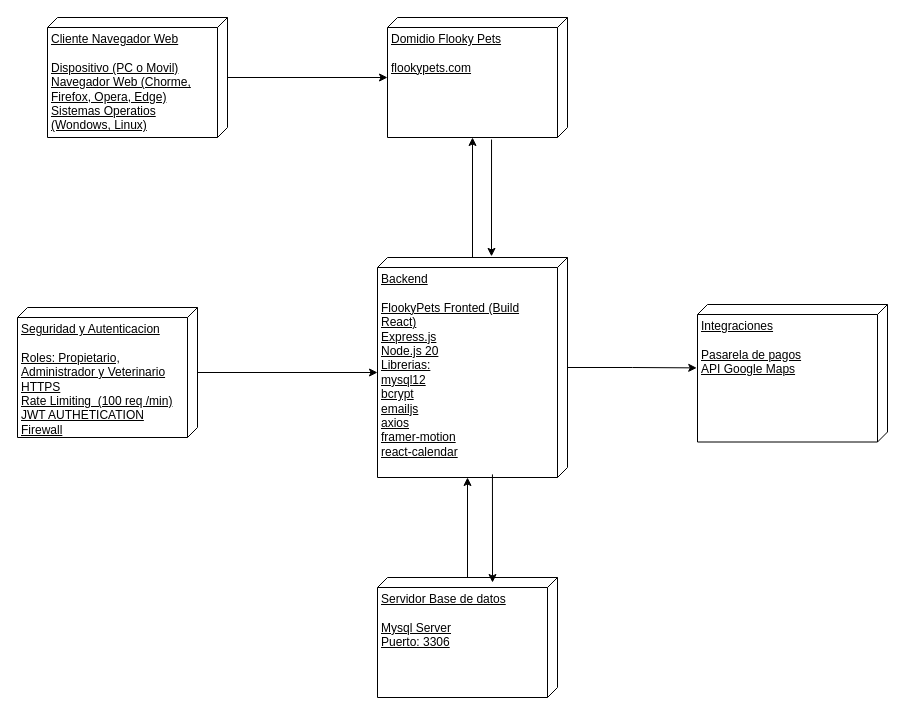
Earlier version of the draw.io diagram Diagrama despliegue.drawio (JuanDavid4562/Diagramas-Proyecto). Source tidied: cells renumbered, new cells numbered last; positions are measured from the earlier drawing's top-left corner, leaving out a move shared by most shapes. Both pictures are drawn from the tidied source at 100%, with x=0, y=0 at pixel (17, 17).
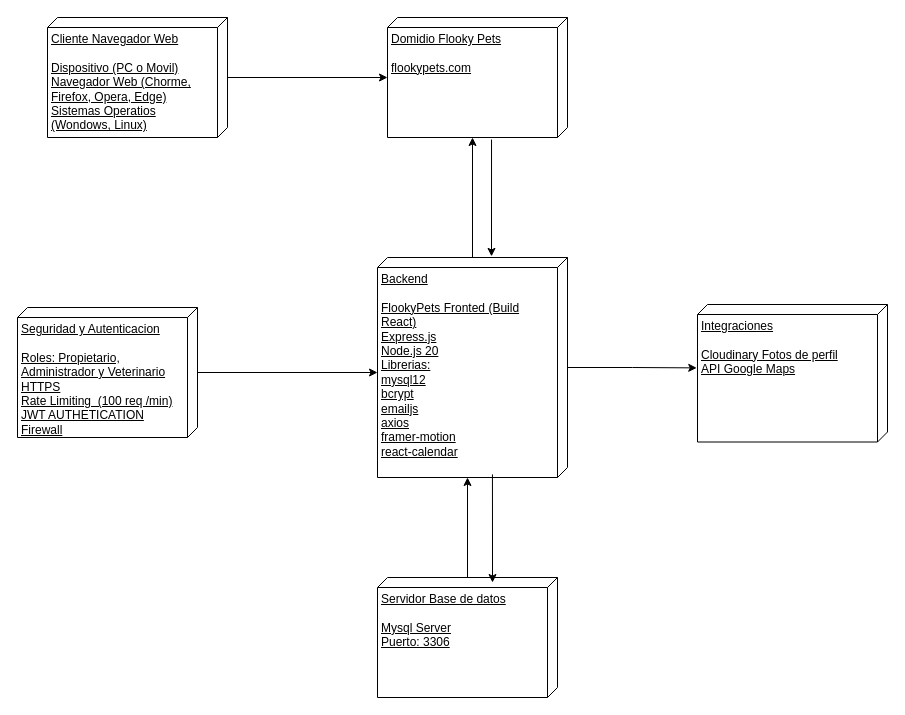
Above is the later version.

What changed in the source:
```diff
@@
 <mxGraphModel>
   <root>
     <mxCell id="0" />
     <mxCell id="1" parent="0" />
     <mxCell id="2" style="edgeStyle=orthogonalEdgeStyle;rounded=0;jettySize=auto;html=1;" parent="1" edge="1" source="3" target="4">
       <mxGeometry relative="1" as="geometry" />
     </mxCell>
     <mxCell id="3" value="Cliente Navegador Web&lt;div&gt;&lt;br&gt;&lt;/div&gt;&lt;div&gt;Dispositivo (PC o Movil)&lt;/div&gt;&lt;div&gt;Navegador Web (Chorme, Firefox, Opera, Edge)&lt;/div&gt;&lt;div&gt;Sistemas Operatios (Wondows, Linux)&lt;/div&gt;" style="verticalAlign=top;align=left;spacingTop=8;spacingLeft=2;spacingRight=12;shape=cube;size=10;direction=south;fontStyle=4;html=1;whiteSpace=wrap;" parent="1" vertex="1">
       <mxGeometry x="30" width="180" height="120" as="geometry" />
     </mxCell>
     <mxCell id="4" value="Domidio Flooky Pets&lt;div&gt;&lt;br&gt;&lt;/div&gt;&lt;div&gt;flookypets.com&lt;/div&gt;" style="verticalAlign=top;align=left;spacingTop=8;spacingLeft=2;spacingRight=12;shape=cube;size=10;direction=south;fontStyle=4;html=1;whiteSpace=wrap;" parent="1" vertex="1">
       <mxGeometry x="370" width="180" height="120" as="geometry" />
     </mxCell>
     <mxCell id="5" value="Backend&lt;div&gt;&lt;br&gt;&lt;/div&gt;&lt;div&gt;FlookyPets Fronted (Build React)&lt;/div&gt;&lt;div&gt;Express.js&lt;/div&gt;&lt;div&gt;Node.js 20&lt;/div&gt;&lt;div&gt;Librerias:&lt;/div&gt;&lt;div&gt;mysql12&lt;/div&gt;&lt;div&gt;bcrypt&lt;/div&gt;&lt;div&gt;emailjs&lt;/div&gt;&lt;div&gt;axios&lt;/div&gt;&lt;div&gt;&lt;div&gt;framer-motion&lt;/div&gt;&lt;div&gt;react-calendar&lt;/div&gt;&lt;/div&gt;" style="verticalAlign=top;align=left;spacingTop=8;spacingLeft=2;spacingRight=12;shape=cube;size=10;direction=south;fontStyle=4;html=1;whiteSpace=wrap;" parent="1" vertex="1">
       <mxGeometry x="360" y="240" width="190" height="220" as="geometry" />
     </mxCell>
     <mxCell id="6" style="edgeStyle=orthogonalEdgeStyle;rounded=0;jettySize=auto;html=1;entryX=0;entryY=0;entryDx=120;entryDy=95;entryPerimeter=0;" parent="1" edge="1" source="5" target="4">
       <mxGeometry relative="1" as="geometry" />
     </mxCell>
     <mxCell id="7" style="edgeStyle=orthogonalEdgeStyle;rounded=0;jettySize=auto;html=1;entryX=-0.005;entryY=0.4;entryDx=0;entryDy=0;entryPerimeter=0;exitX=1.017;exitY=0.422;exitDx=0;exitDy=0;exitPerimeter=0;" parent="1" edge="1" source="4" target="5">
       <mxGeometry relative="1" as="geometry" />
     </mxCell>
     <mxCell id="8" value="Servidor Base de datos&lt;div&gt;&lt;br&gt;&lt;/div&gt;&lt;div&gt;Mysql Server&lt;/div&gt;&lt;div&gt;Puerto: 3306&lt;/div&gt;" style="verticalAlign=top;align=left;spacingTop=8;spacingLeft=2;spacingRight=12;shape=cube;size=10;direction=south;fontStyle=4;html=1;whiteSpace=wrap;" parent="1" vertex="1">
       <mxGeometry x="360" y="560" width="180" height="120" as="geometry" />
     </mxCell>
     <mxCell id="9" style="edgeStyle=orthogonalEdgeStyle;rounded=0;jettySize=auto;html=1;entryX=0;entryY=0;entryDx=220;entryDy=100;entryPerimeter=0;" parent="1" edge="1" source="8" target="5">
       <mxGeometry relative="1" as="geometry" />
     </mxCell>
     <mxCell id="10" style="edgeStyle=orthogonalEdgeStyle;rounded=0;jettySize=auto;html=1;entryX=0.042;entryY=0.361;entryDx=0;entryDy=0;entryPerimeter=0;exitX=0.986;exitY=0.395;exitDx=0;exitDy=0;exitPerimeter=0;" parent="1" edge="1" source="5" target="8">
       <mxGeometry relative="1" as="geometry" />
     </mxCell>
     <mxCell id="11" value="Seguridad y Autenticacion&lt;div&gt;&lt;br&gt;&lt;/div&gt;&lt;div&gt;Roles: Propietario, Administrador y Veterinario&lt;/div&gt;&lt;div&gt;HTTPS&lt;/div&gt;&lt;div&gt;Rate Limiting&amp;nbsp; (100 req /min)&lt;/div&gt;&lt;div&gt;JWT AUTHETICATION&lt;/div&gt;&lt;div&gt;Firewall&lt;/div&gt;" style="verticalAlign=top;align=left;spacingTop=8;spacingLeft=2;spacingRight=12;shape=cube;size=10;direction=south;fontStyle=4;html=1;whiteSpace=wrap;" parent="1" vertex="1">
       <mxGeometry y="290" width="180" height="130" as="geometry" />
     </mxCell>
     <mxCell id="12" style="edgeStyle=orthogonalEdgeStyle;rounded=0;jettySize=auto;html=1;entryX=0;entryY=0;entryDx=115;entryDy=190;entryPerimeter=0;" parent="1" edge="1" source="11" target="5">
       <mxGeometry relative="1" as="geometry" />
     </mxCell>
-    <mxCell id="13" value="Integraciones&lt;div&gt;&lt;br&gt;&lt;/div&gt;&lt;div&gt;Pasarela de pagos&lt;/div&gt;&lt;div&gt;API Google Maps&lt;/div&gt;" style="verticalAlign=top;align=left;spacingTop=8;spacingLeft=2;spacingRight=12;shape=cube;size=10;direction=south;fontStyle=4;html=1;whiteSpace=wrap;" parent="1" vertex="1">
+    <mxCell id="13" value="Integraciones&lt;div&gt;&lt;br&gt;&lt;/div&gt;&lt;div&gt;Cloudinary Fotos de perfil&lt;/div&gt;&lt;div&gt;API Google Maps&lt;/div&gt;" style="verticalAlign=top;align=left;spacingTop=8;spacingLeft=2;spacingRight=12;shape=cube;size=10;direction=south;fontStyle=4;html=1;whiteSpace=wrap;" parent="1" vertex="1">
       <mxGeometry x="680" y="287" width="190" height="137.5" as="geometry" />
     </mxCell>
     <mxCell id="14" style="edgeStyle=orthogonalEdgeStyle;rounded=0;jettySize=auto;html=1;entryX=0.461;entryY=1.004;entryDx=0;entryDy=0;entryPerimeter=0;" parent="1" edge="1" source="5" target="13">
       <mxGeometry relative="1" as="geometry" />
     </mxCell>
   </root>
 </mxGraphModel>
```
